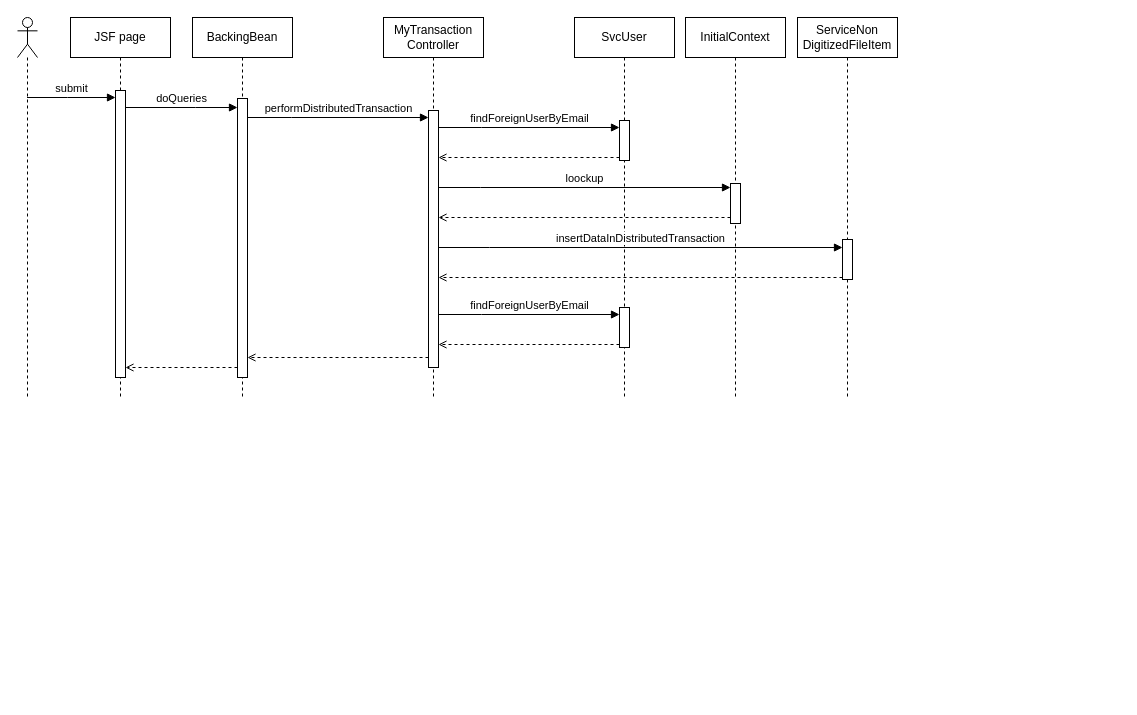
sunggooni/SW_Architect keeps this draw.io diagram as page "Q3" (2 of 2) of SW Architec A3.drawio. Above is the earlier version. Source tidied: cells renumbered, new cells numbered last; positions are measured from the earlier drawing's top-left corner, leaving out a move shared by most shapes. Both pictures are drawn from the tidied source at 100%, with x=0, y=0 at pixel (17, 17).
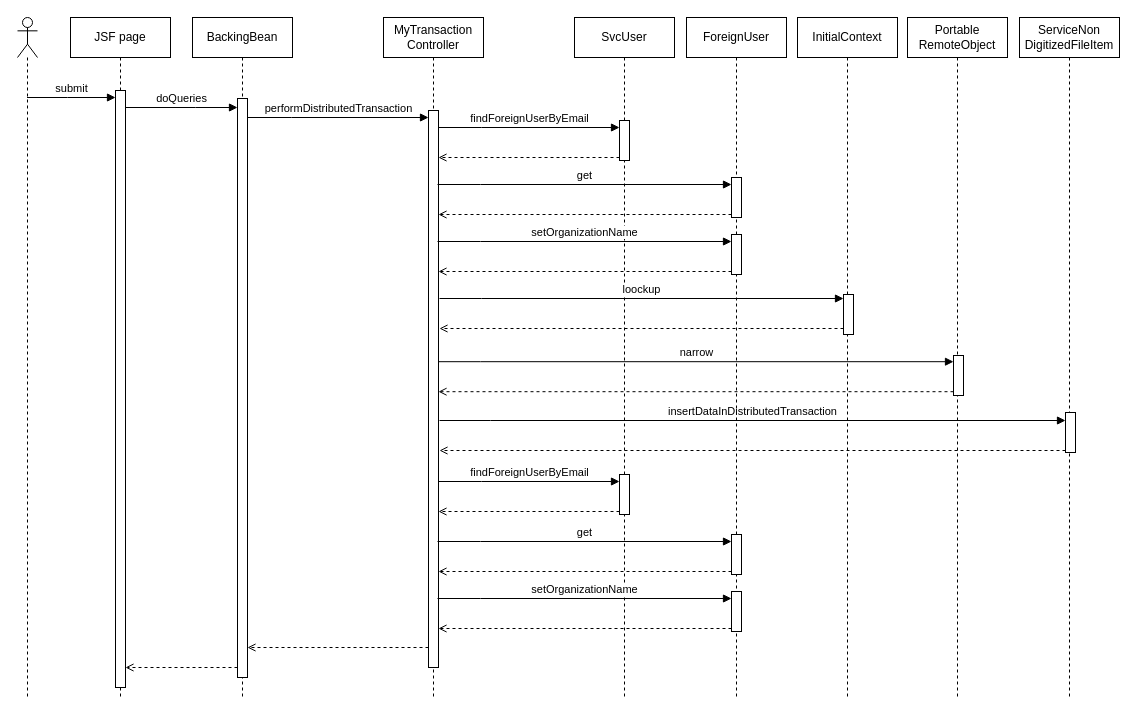
The same page after the edit.

What changed in the source:
```diff
@@
     <mxCell id="2" style="shape=umlLifeline;perimeter=lifelinePerimeter;whiteSpace=wrap;html=1;outlineConnect=0;portConstraint=eastwest;newEdgeStyle={&quot;edgeStyle&quot;:&quot;elbowEdgeStyle&quot;,&quot;elbow&quot;:&quot;vertical&quot;,&quot;curved&quot;:0,&quot;rounded&quot;:0};participant=umlActor;flipH=0;" parent="1" vertex="1">
-      <mxGeometry width="20" height="380" as="geometry" />
+      <mxGeometry width="20" height="680" as="geometry" />
     </mxCell>
     <mxCell id="3" value="JSF page" style="shape=umlLifeline;perimeter=lifelinePerimeter;whiteSpace=wrap;html=1;newEdgeStyle={&quot;edgeStyle&quot;:&quot;elbowEdgeStyle&quot;,&quot;elbow&quot;:&quot;vertical&quot;,&quot;curved&quot;:0,&quot;rounded&quot;:0};flipH=0;" parent="1" vertex="1">
-      <mxGeometry x="53" width="100" height="380" as="geometry" />
+      <mxGeometry x="53" width="100" height="680" as="geometry" />
     </mxCell>
     <mxCell id="4" style="html=1;points=[];perimeter=orthogonalPerimeter;outlineConnect=0;targetShapes=umlLifeline;portConstraint=eastwest;newEdgeStyle={&quot;edgeStyle&quot;:&quot;elbowEdgeStyle&quot;,&quot;elbow&quot;:&quot;vertical&quot;,&quot;curved&quot;:0,&quot;rounded&quot;:0};" parent="3" vertex="1">
-      <mxGeometry x="45" y="73" width="10" height="287" as="geometry" />
+      <mxGeometry x="45" y="73" width="10" height="597" as="geometry" />
     </mxCell>
     <mxCell id="5" value="BackingBean" style="shape=umlLifeline;perimeter=lifelinePerimeter;whiteSpace=wrap;html=1;newEdgeStyle={&quot;edgeStyle&quot;:&quot;elbowEdgeStyle&quot;,&quot;elbow&quot;:&quot;vertical&quot;,&quot;curved&quot;:0,&quot;rounded&quot;:0};flipH=0;" parent="1" vertex="1">
-      <mxGeometry x="175" width="100" height="380" as="geometry" />
+      <mxGeometry x="175" width="100" height="680" as="geometry" />
     </mxCell>
     <mxCell id="6" style="html=1;points=[];perimeter=orthogonalPerimeter;outlineConnect=0;targetShapes=umlLifeline;portConstraint=eastwest;newEdgeStyle={&quot;edgeStyle&quot;:&quot;elbowEdgeStyle&quot;,&quot;elbow&quot;:&quot;vertical&quot;,&quot;curved&quot;:0,&quot;rounded&quot;:0};" parent="5" vertex="1">
-      <mxGeometry x="45" y="81" width="10" height="279" as="geometry" />
+      <mxGeometry x="45" y="81" width="10" height="579" as="geometry" />
     </mxCell>
     <mxCell id="7" value="MyTransaction&lt;br&gt;Controller" style="shape=umlLifeline;perimeter=lifelinePerimeter;whiteSpace=wrap;html=1;newEdgeStyle={&quot;edgeStyle&quot;:&quot;elbowEdgeStyle&quot;,&quot;elbow&quot;:&quot;vertical&quot;,&quot;curved&quot;:0,&quot;rounded&quot;:0};flipH=0;" parent="1" vertex="1">
-      <mxGeometry x="366" width="100" height="380" as="geometry" />
+      <mxGeometry x="366" width="100" height="680" as="geometry" />
     </mxCell>
     <mxCell id="8" style="html=1;points=[];perimeter=orthogonalPerimeter;outlineConnect=0;targetShapes=umlLifeline;portConstraint=eastwest;newEdgeStyle={&quot;edgeStyle&quot;:&quot;elbowEdgeStyle&quot;,&quot;elbow&quot;:&quot;vertical&quot;,&quot;curved&quot;:0,&quot;rounded&quot;:0};" parent="7" vertex="1">
-      <mxGeometry x="45" y="93" width="10" height="257" as="geometry" />
+      <mxGeometry x="45" y="93" width="10" height="557" as="geometry" />
     </mxCell>
@@
     <mxCell id="12" value="SvcUser" style="shape=umlLifeline;perimeter=lifelinePerimeter;whiteSpace=wrap;html=1;newEdgeStyle={&quot;edgeStyle&quot;:&quot;elbowEdgeStyle&quot;,&quot;elbow&quot;:&quot;vertical&quot;,&quot;curved&quot;:0,&quot;rounded&quot;:0};flipH=0;" parent="1" vertex="1">
-      <mxGeometry x="557" width="100" height="380" as="geometry" />
+      <mxGeometry x="557" width="100" height="680" as="geometry" />
     </mxCell>
@@
     <mxCell id="14" style="html=1;points=[];perimeter=orthogonalPerimeter;outlineConnect=0;targetShapes=umlLifeline;portConstraint=eastwest;newEdgeStyle={&quot;edgeStyle&quot;:&quot;elbowEdgeStyle&quot;,&quot;elbow&quot;:&quot;vertical&quot;,&quot;curved&quot;:0,&quot;rounded&quot;:0};" parent="12" vertex="1">
-      <mxGeometry x="45" y="290" width="10" height="40" as="geometry" />
+      <mxGeometry x="45" y="457" width="10" height="40" as="geometry" />
     </mxCell>
     <mxCell id="15" value="findForeignUserByEmail" style="html=1;verticalAlign=bottom;startArrow=none;endArrow=block;startSize=8;edgeStyle=elbowEdgeStyle;elbow=vertical;curved=0;rounded=0;startFill=0;" parent="12" edge="1" target="14">
       <mxGeometry relative="1" as="geometry">
-        <mxPoint x="-136" y="297" as="sourcePoint" />
+        <mxPoint x="-136" y="464" as="sourcePoint" />
         <Array as="points">
-          <mxPoint x="-93" y="297" />
+          <mxPoint x="-93" y="464" />
         </Array>
       </mxGeometry>
     </mxCell>
     <mxCell id="16" style="endArrow=open;dashed=1;html=1;rounded=0;endFill=0;" parent="12" edge="1">
       <mxGeometry relative="1" as="geometry">
-        <mxPoint x="45" y="327" as="sourcePoint" />
-        <mxPoint x="-136" y="327" as="targetPoint" />
+        <mxPoint x="45" y="494" as="sourcePoint" />
+        <mxPoint x="-136" y="494" as="targetPoint" />
       </mxGeometry>
     </mxCell>
     <mxCell id="17" value="InitialContext" style="shape=umlLifeline;perimeter=lifelinePerimeter;whiteSpace=wrap;html=1;newEdgeStyle={&quot;edgeStyle&quot;:&quot;elbowEdgeStyle&quot;,&quot;elbow&quot;:&quot;vertical&quot;,&quot;curved&quot;:0,&quot;rounded&quot;:0};flipH=0;" parent="1" vertex="1">
-      <mxGeometry x="668" width="100" height="380" as="geometry" />
+      <mxGeometry x="780" width="100" height="680" as="geometry" />
     </mxCell>
     <mxCell id="18" style="html=1;points=[];perimeter=orthogonalPerimeter;outlineConnect=0;targetShapes=umlLifeline;portConstraint=eastwest;newEdgeStyle={&quot;edgeStyle&quot;:&quot;elbowEdgeStyle&quot;,&quot;elbow&quot;:&quot;vertical&quot;,&quot;curved&quot;:0,&quot;rounded&quot;:0};" parent="17" vertex="1">
-      <mxGeometry x="45" y="166" width="10" height="40" as="geometry" />
+      <mxGeometry x="46" y="277" width="10" height="40" as="geometry" />
     </mxCell>
@@
-    <mxCell id="21" value="loockup" style="html=1;verticalAlign=bottom;startArrow=none;endArrow=block;startSize=8;edgeStyle=elbowEdgeStyle;elbow=vertical;curved=0;rounded=0;startFill=0;" parent="1" edge="1" source="8" target="18">
+    <mxCell id="21" value="loockup" style="html=1;verticalAlign=bottom;startArrow=none;endArrow=block;startSize=8;edgeStyle=elbowEdgeStyle;elbow=vertical;curved=0;rounded=0;startFill=0;" parent="1" edge="1" target="18">
       <mxGeometry relative="1" as="geometry">
+        <mxPoint x="422" y="281" as="sourcePoint" />
         <Array as="points">
-          <mxPoint x="463" y="170" />
+          <mxPoint x="464" y="281" />
         </Array>
       </mxGeometry>
     </mxCell>
     <mxCell id="22" value="ServiceNon&lt;br&gt;DigitizedFileItem" style="shape=umlLifeline;perimeter=lifelinePerimeter;whiteSpace=wrap;html=1;newEdgeStyle={&quot;edgeStyle&quot;:&quot;elbowEdgeStyle&quot;,&quot;elbow&quot;:&quot;vertical&quot;,&quot;curved&quot;:0,&quot;rounded&quot;:0};flipH=0;" parent="1" vertex="1">
-      <mxGeometry x="780" width="100" height="380" as="geometry" />
+      <mxGeometry x="1002" width="100" height="680" as="geometry" />
     </mxCell>
     <mxCell id="23" style="html=1;points=[];perimeter=orthogonalPerimeter;outlineConnect=0;targetShapes=umlLifeline;portConstraint=eastwest;newEdgeStyle={&quot;edgeStyle&quot;:&quot;elbowEdgeStyle&quot;,&quot;elbow&quot;:&quot;vertical&quot;,&quot;curved&quot;:0,&quot;rounded&quot;:0};" parent="22" vertex="1">
-      <mxGeometry x="45" y="222" width="10" height="40" as="geometry" />
+      <mxGeometry x="46" y="395" width="10" height="40" as="geometry" />
     </mxCell>
     <mxCell id="24" style="endArrow=open;dashed=1;html=1;rounded=0;endFill=0;" parent="1" edge="1" source="18">
       <mxGeometry relative="1" as="geometry">
-        <mxPoint x="421" y="200" as="targetPoint" />
+        <mxPoint x="422" y="311" as="targetPoint" />
       </mxGeometry>
     </mxCell>
-    <mxCell id="25" value="insertDataInDistributedTransaction" style="html=1;verticalAlign=bottom;startArrow=none;endArrow=block;startSize=8;edgeStyle=elbowEdgeStyle;elbow=vertical;curved=0;rounded=0;startFill=0;" parent="1" edge="1" source="8" target="23">
+    <mxCell id="25" value="insertDataInDistributedTransaction" style="html=1;verticalAlign=bottom;startArrow=none;endArrow=block;startSize=8;edgeStyle=elbowEdgeStyle;elbow=vertical;curved=0;rounded=0;startFill=0;" parent="1" edge="1" target="23">
       <mxGeometry relative="1" as="geometry">
+        <mxPoint x="422" y="403" as="sourcePoint" />
         <Array as="points">
-          <mxPoint x="472" y="230" />
+          <mxPoint x="473" y="403" />
         </Array>
       </mxGeometry>
     </mxCell>
-    <mxCell id="26" style="endArrow=open;dashed=1;html=1;rounded=0;endFill=0;" parent="1" edge="1">
+    <mxCell id="26" style="endArrow=open;dashed=1;html=1;rounded=0;endFill=0;" parent="1" edge="1" source="23">
       <mxGeometry relative="1" as="geometry">
-        <mxPoint x="825" y="260" as="sourcePoint" />
-        <mxPoint x="421" y="260" as="targetPoint" />
+        <mxPoint x="422" y="433" as="targetPoint" />
       </mxGeometry>
     </mxCell>
     <mxCell id="27" style="endArrow=open;dashed=1;html=1;rounded=0;endFill=0;" parent="1" edge="1">
       <mxGeometry relative="1" as="geometry">
-        <mxPoint x="411" y="340" as="sourcePoint" />
-        <mxPoint x="230" y="340" as="targetPoint" />
+        <mxPoint x="411" y="630" as="sourcePoint" />
+        <mxPoint x="230" y="630" as="targetPoint" />
       </mxGeometry>
     </mxCell>
     <mxCell id="28" style="endArrow=open;dashed=1;html=1;rounded=0;endFill=0;" parent="1" edge="1">
       <mxGeometry relative="1" as="geometry">
-        <mxPoint x="220" y="350" as="sourcePoint" />
-        <mxPoint x="108" y="350" as="targetPoint" />
+        <mxPoint x="220" y="650" as="sourcePoint" />
+        <mxPoint x="108" y="650" as="targetPoint" />
       </mxGeometry>
     </mxCell>
+    <mxCell id="29" value="ForeignUser" style="shape=umlLifeline;perimeter=lifelinePerimeter;whiteSpace=wrap;html=1;newEdgeStyle={&quot;edgeStyle&quot;:&quot;elbowEdgeStyle&quot;,&quot;elbow&quot;:&quot;vertical&quot;,&quot;curved&quot;:0,&quot;rounded&quot;:0};flipH=0;" parent="1" vertex="1">
+      <mxGeometry x="669" width="100" height="680" as="geometry" />
+    </mxCell>
+    <mxCell id="30" style="html=1;points=[];perimeter=orthogonalPerimeter;outlineConnect=0;targetShapes=umlLifeline;portConstraint=eastwest;newEdgeStyle={&quot;edgeStyle&quot;:&quot;elbowEdgeStyle&quot;,&quot;elbow&quot;:&quot;vertical&quot;,&quot;curved&quot;:0,&quot;rounded&quot;:0};" parent="29" vertex="1">
+      <mxGeometry x="45" y="160" width="10" height="40" as="geometry" />
+    </mxCell>
+    <mxCell id="31" style="html=1;points=[];perimeter=orthogonalPerimeter;outlineConnect=0;targetShapes=umlLifeline;portConstraint=eastwest;newEdgeStyle={&quot;edgeStyle&quot;:&quot;elbowEdgeStyle&quot;,&quot;elbow&quot;:&quot;vertical&quot;,&quot;curved&quot;:0,&quot;rounded&quot;:0};" parent="29" vertex="1">
+      <mxGeometry x="45" y="217" width="10" height="40" as="geometry" />
+    </mxCell>
+    <mxCell id="32" value="setOrganizationName" style="html=1;verticalAlign=bottom;startArrow=none;endArrow=block;startSize=8;edgeStyle=elbowEdgeStyle;elbow=vertical;curved=0;rounded=0;startFill=0;" parent="29" edge="1" target="31">
+      <mxGeometry relative="1" as="geometry">
+        <mxPoint x="-249" y="224" as="sourcePoint" />
+        <Array as="points">
+          <mxPoint x="-206" y="224" />
+        </Array>
+      </mxGeometry>
+    </mxCell>
+    <mxCell id="33" style="endArrow=open;dashed=1;html=1;rounded=0;endFill=0;" parent="29" edge="1">
+      <mxGeometry relative="1" as="geometry">
+        <mxPoint x="45" y="254" as="sourcePoint" />
+        <mxPoint x="-248" y="254" as="targetPoint" />
+      </mxGeometry>
+    </mxCell>
+    <mxCell id="34" value="get" style="html=1;verticalAlign=bottom;startArrow=none;endArrow=block;startSize=8;edgeStyle=elbowEdgeStyle;elbow=vertical;curved=0;rounded=0;startFill=0;" parent="1" edge="1" target="30">
+      <mxGeometry relative="1" as="geometry">
+        <mxPoint x="420" y="167" as="sourcePoint" />
+        <Array as="points">
+          <mxPoint x="463" y="167" />
+        </Array>
+      </mxGeometry>
+    </mxCell>
+    <mxCell id="35" style="endArrow=open;dashed=1;html=1;rounded=0;endFill=0;" parent="1" edge="1">
+      <mxGeometry relative="1" as="geometry">
+        <mxPoint x="714" y="197" as="sourcePoint" />
+        <mxPoint x="421" y="197" as="targetPoint" />
+      </mxGeometry>
+    </mxCell>
+    <mxCell id="36" value="Portable&lt;br&gt;RemoteObject" style="shape=umlLifeline;perimeter=lifelinePerimeter;whiteSpace=wrap;html=1;newEdgeStyle={&quot;edgeStyle&quot;:&quot;elbowEdgeStyle&quot;,&quot;elbow&quot;:&quot;vertical&quot;,&quot;curved&quot;:0,&quot;rounded&quot;:0};flipH=0;" parent="1" vertex="1">
+      <mxGeometry x="890" width="100" height="680" as="geometry" />
+    </mxCell>
+    <mxCell id="37" style="html=1;points=[];perimeter=orthogonalPerimeter;outlineConnect=0;targetShapes=umlLifeline;portConstraint=eastwest;newEdgeStyle={&quot;edgeStyle&quot;:&quot;elbowEdgeStyle&quot;,&quot;elbow&quot;:&quot;vertical&quot;,&quot;curved&quot;:0,&quot;rounded&quot;:0};" parent="1" vertex="1">
+      <mxGeometry x="936" y="338" width="10" height="40" as="geometry" />
+    </mxCell>
+    <mxCell id="38" value="narrow" style="html=1;verticalAlign=bottom;startArrow=none;endArrow=block;startSize=8;edgeStyle=elbowEdgeStyle;elbow=vertical;curved=0;rounded=0;startFill=0;" parent="1" edge="1" target="37">
+      <mxGeometry relative="1" as="geometry">
+        <mxPoint x="421" y="344.2" as="sourcePoint" />
+        <Array as="points">
+          <mxPoint x="463" y="344.2" />
+        </Array>
+      </mxGeometry>
+    </mxCell>
+    <mxCell id="39" style="endArrow=open;dashed=1;html=1;rounded=0;endFill=0;" parent="1" edge="1" source="37">
+      <mxGeometry relative="1" as="geometry">
+        <mxPoint x="421" y="374.2" as="targetPoint" />
+      </mxGeometry>
+    </mxCell>
+    <mxCell id="40" style="html=1;points=[];perimeter=orthogonalPerimeter;outlineConnect=0;targetShapes=umlLifeline;portConstraint=eastwest;newEdgeStyle={&quot;edgeStyle&quot;:&quot;elbowEdgeStyle&quot;,&quot;elbow&quot;:&quot;vertical&quot;,&quot;curved&quot;:0,&quot;rounded&quot;:0};" parent="1" vertex="1">
+      <mxGeometry x="714" y="517" width="10" height="40" as="geometry" />
+    </mxCell>
+    <mxCell id="41" style="html=1;points=[];perimeter=orthogonalPerimeter;outlineConnect=0;targetShapes=umlLifeline;portConstraint=eastwest;newEdgeStyle={&quot;edgeStyle&quot;:&quot;elbowEdgeStyle&quot;,&quot;elbow&quot;:&quot;vertical&quot;,&quot;curved&quot;:0,&quot;rounded&quot;:0};" parent="1" vertex="1">
+      <mxGeometry x="714" y="574" width="10" height="40" as="geometry" />
+    </mxCell>
+    <mxCell id="42" value="setOrganizationName" style="html=1;verticalAlign=bottom;startArrow=none;endArrow=block;startSize=8;edgeStyle=elbowEdgeStyle;elbow=vertical;curved=0;rounded=0;startFill=0;" parent="1" edge="1" target="41">
+      <mxGeometry relative="1" as="geometry">
+        <mxPoint x="420" y="581" as="sourcePoint" />
+        <Array as="points">
+          <mxPoint x="463" y="581" />
+        </Array>
+      </mxGeometry>
+    </mxCell>
+    <mxCell id="43" style="endArrow=open;dashed=1;html=1;rounded=0;endFill=0;" parent="1" edge="1">
+      <mxGeometry relative="1" as="geometry">
+        <mxPoint x="714" y="611" as="sourcePoint" />
+        <mxPoint x="421" y="611" as="targetPoint" />
+      </mxGeometry>
+    </mxCell>
+    <mxCell id="44" value="get" style="html=1;verticalAlign=bottom;startArrow=none;endArrow=block;startSize=8;edgeStyle=elbowEdgeStyle;elbow=vertical;curved=0;rounded=0;startFill=0;" parent="1" edge="1" target="40">
+      <mxGeometry relative="1" as="geometry">
+        <mxPoint x="420" y="524" as="sourcePoint" />
+        <Array as="points">
+          <mxPoint x="463" y="524" />
+        </Array>
+      </mxGeometry>
+    </mxCell>
+    <mxCell id="45" style="endArrow=open;dashed=1;html=1;rounded=0;endFill=0;" parent="1" edge="1">
+      <mxGeometry relative="1" as="geometry">
+        <mxPoint x="714" y="554" as="sourcePoint" />
+        <mxPoint x="421" y="554" as="targetPoint" />
+      </mxGeometry>
+    </mxCell>
```
